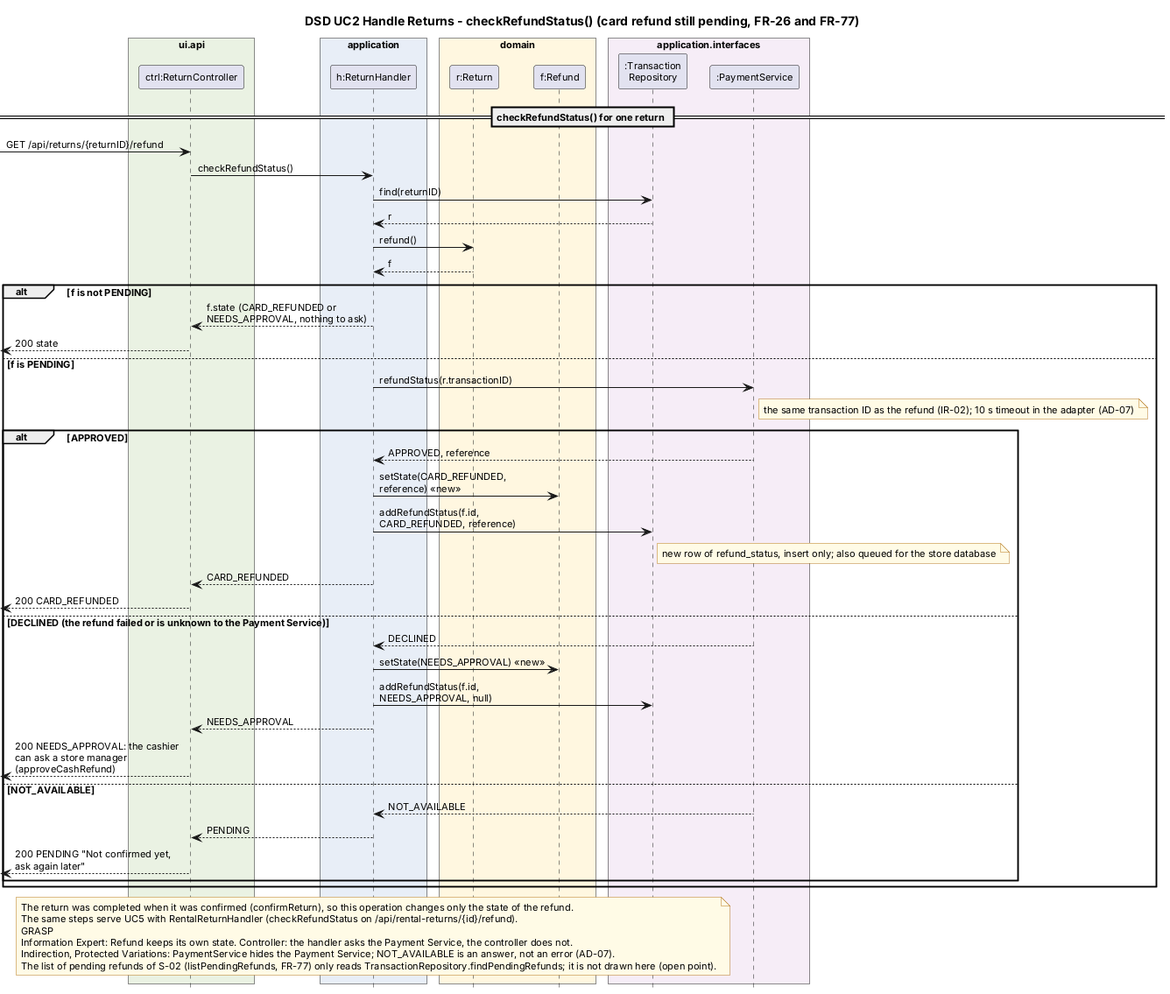
Before: assets/dsd_uc2_checkRefundStatus.png, a diagram exported from PlantUML (bhsei/26D).
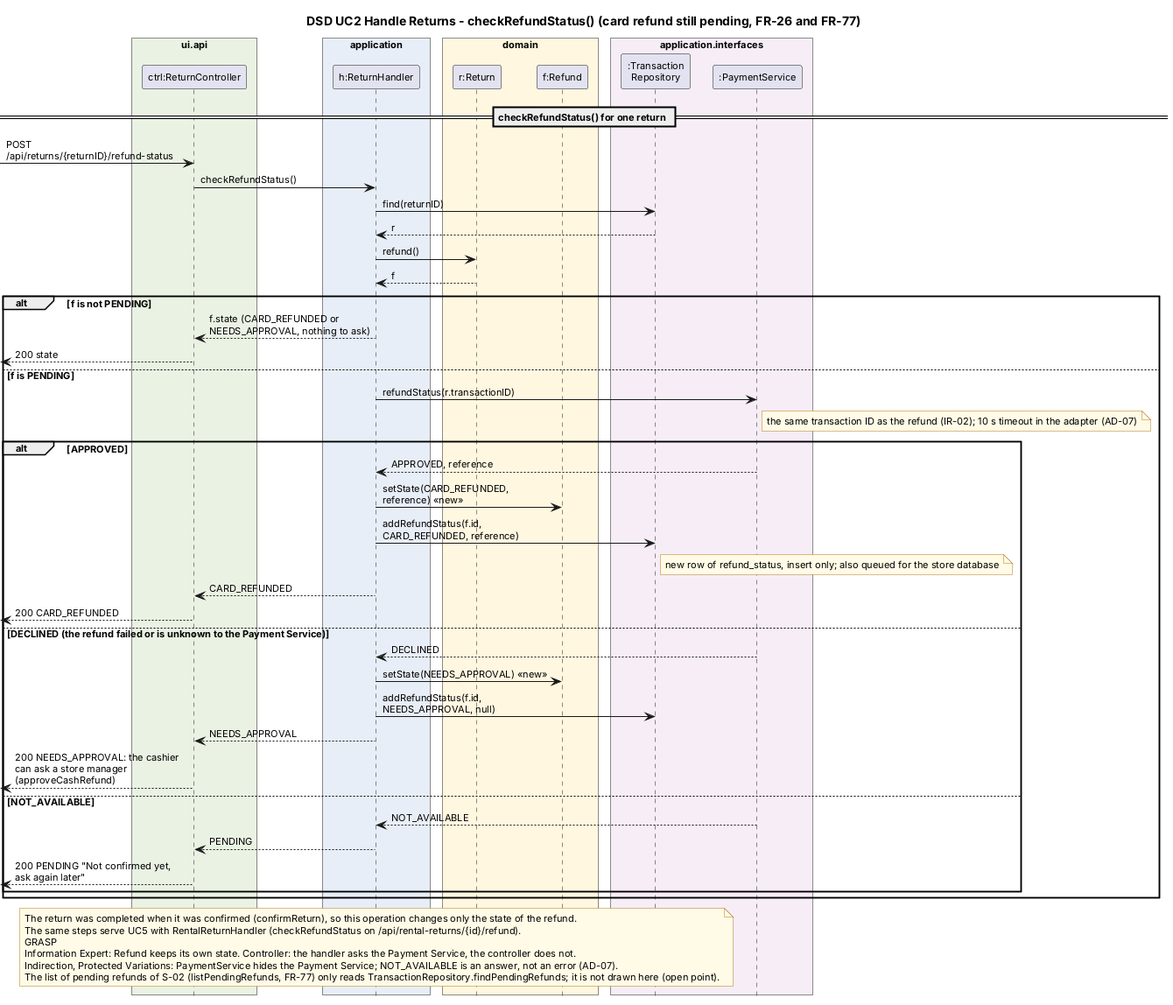
After the change.

Commit message:
W11 - DSD UC2 checkRefundStatus image; re-rendered (review #67)

Diff of the diagram source:
```diff
@@ -26,7 +26,7 @@
 end box
 
 == checkRefundStatus() for one return ==
-[-> C : GET /api/returns/{returnID}/refund
+[-> C : POST /api/returns/{returnID}/refund-status
 C -> H : checkRefundStatus()
 H -> TR : find(returnID)
 TR --> H : r
```
